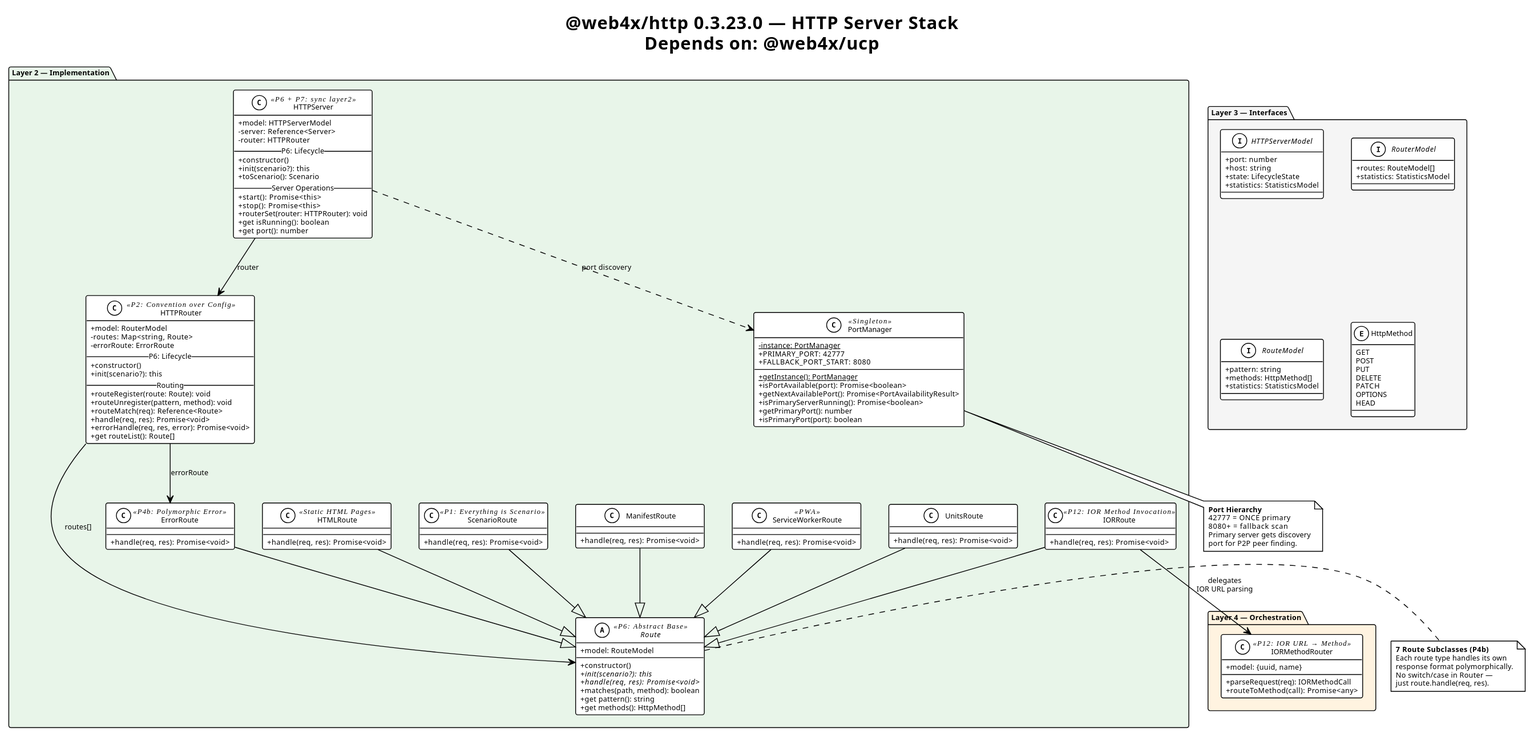
This is components/HTTP/0.3.23.0/src/puml/HTTP-ClassDiagram.svg from Cerulean-Circle-GmbH/UpDown, a PlantUML export, as it was before one commit.
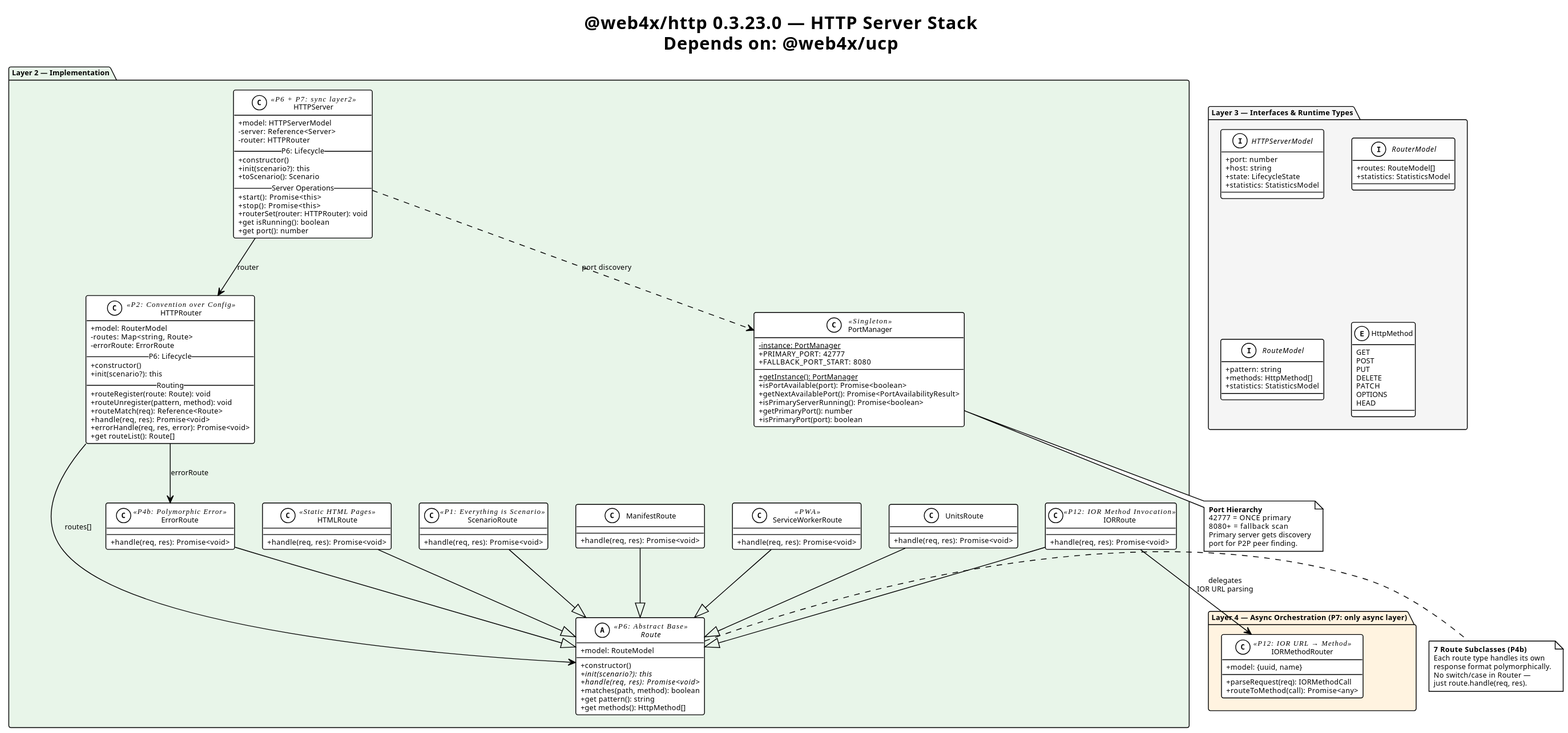
Later version of the same file.

The edit, as a diff of the source:
```diff
@@ -7,7 +7,7 @@
 
 title @web4x/http 0.3.23.0 — HTTP Server Stack\nDepends on: @web4x/ucp
 
-package "Layer 3 — Interfaces" as L3 #F5F5F5 {
+package "Layer 3 — Interfaces & Runtime Types" as L3 #F5F5F5 {
   interface "HTTPServerModel" as IHSM {
     + port: number
     + host: string
@@ -135,7 +135,7 @@
   HS ..> PM : port discovery
 }
 
-package "Layer 4 — Orchestration" as L4 #FFF3E0 {
+package "Layer 4 — Async Orchestration (P7: only async layer)" as L4 #FFF3E0 {
   class "IORMethodRouter" as IORMR <<P12: IOR URL → Method>> {
     + model: {uuid, name}
     + parseRequest(req): IORMethodCall
```
